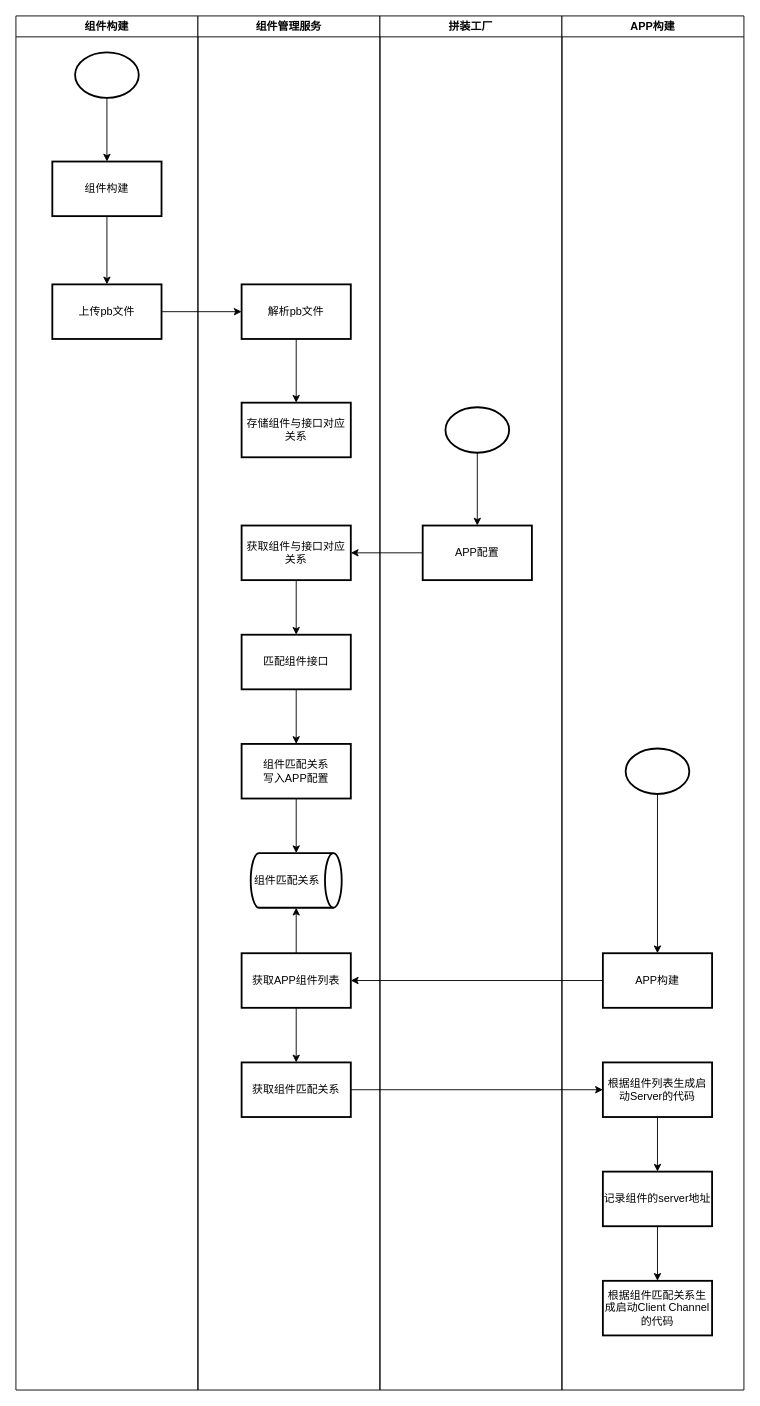
kwhitestone/drawio keeps this draw.io diagram as page "grpc接口治理" (22 of 22) of nd-apf.drawio. Above is the earlier version. Source tidied: cells renumbered, new cells numbered last; positions are measured from the earlier drawing's top-left corner, leaving out a move shared by most shapes. Both pictures are drawn from the tidied source at 91%, with x=0, y=0 at pixel (15, 15).
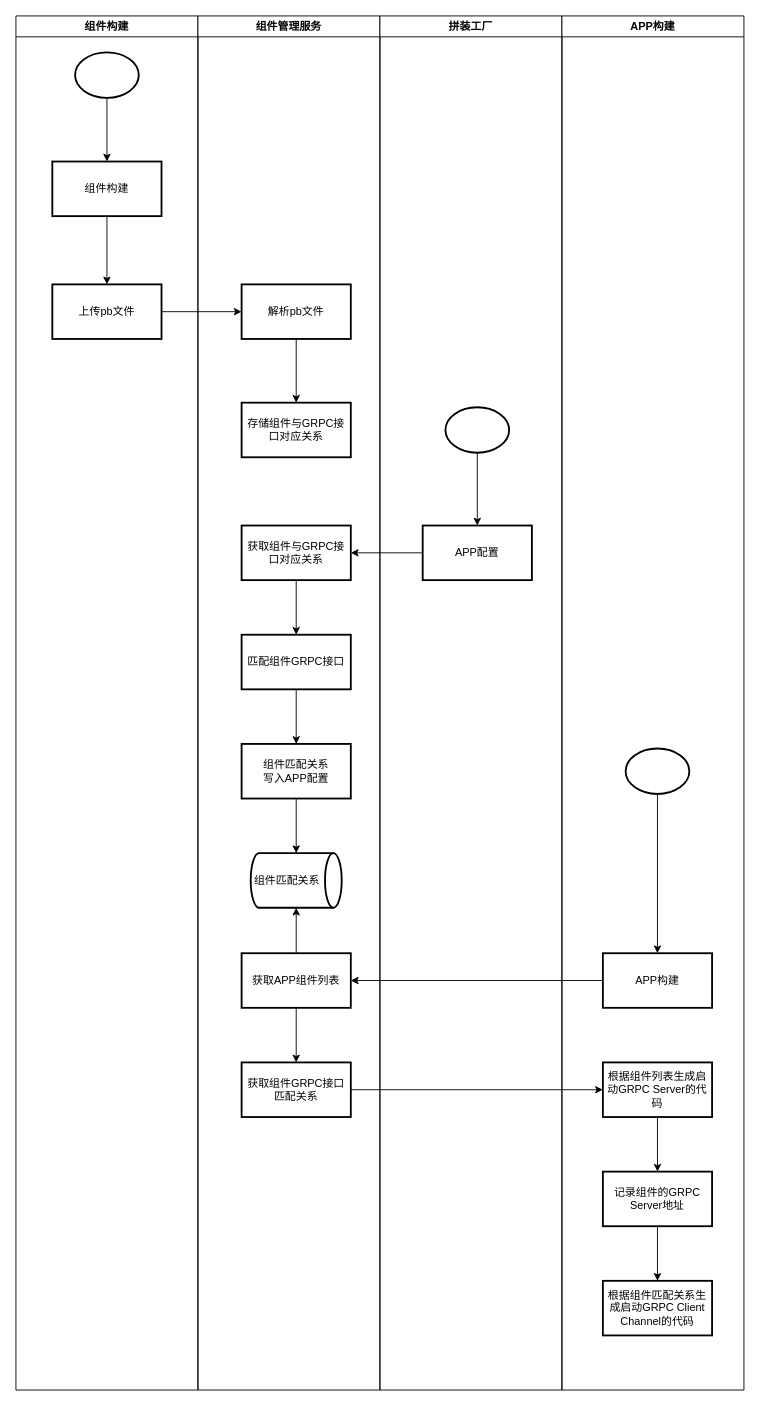
Above is the later version.

The edit, as a diff of the source:
```diff
@@
-    <mxCell id="10" value="存储组件与接口对应关系" style="whiteSpace=wrap;html=1;strokeWidth=2;" parent="1" vertex="1">
+    <mxCell id="10" value="存储组件与GRPC接口对应关系" style="whiteSpace=wrap;html=1;strokeWidth=2;" parent="1" vertex="1">
       <mxGeometry x="248" y="425" width="120" height="60" as="geometry" />
     </mxCell>
@@
-    <mxCell id="16" value="获取组件与接口对应关系" style="whiteSpace=wrap;html=1;strokeWidth=2;" parent="1" vertex="1">
+    <mxCell id="16" value="获取组件与GRPC接口对应关系" style="whiteSpace=wrap;html=1;strokeWidth=2;" parent="1" vertex="1">
       <mxGeometry x="248" y="560" width="120" height="60" as="geometry" />
     </mxCell>
@@
-    <mxCell id="18" value="匹配组件接口" style="whiteSpace=wrap;html=1;strokeWidth=2;" parent="1" vertex="1">
+    <mxCell id="18" value="匹配组件GRPC接口" style="whiteSpace=wrap;html=1;strokeWidth=2;" parent="1" vertex="1">
       <mxGeometry x="248" y="680" width="120" height="60" as="geometry" />
     </mxCell>
@@
-    <mxCell id="27" value="获取组件匹配关系" style="whiteSpace=wrap;html=1;strokeWidth=2;" parent="1" vertex="1">
+    <mxCell id="27" value="获取组件GRPC接口匹配关系" style="whiteSpace=wrap;html=1;strokeWidth=2;" parent="1" vertex="1">
       <mxGeometry x="248" y="1150" width="120" height="60" as="geometry" />
     </mxCell>
@@
-    <mxCell id="29" value="根据组件列表生成启动Server的代码" style="whiteSpace=wrap;html=1;strokeWidth=2;" parent="1" vertex="1">
+    <mxCell id="29" value="根据组件列表生成启动GRPC Server的代码" style="whiteSpace=wrap;html=1;strokeWidth=2;" parent="1" vertex="1">
       <mxGeometry x="645" y="1150" width="120" height="60" as="geometry" />
     </mxCell>
@@
-    <mxCell id="31" value="记录组件的server地址" style="whiteSpace=wrap;html=1;strokeWidth=2;" parent="1" vertex="1">
+    <mxCell id="31" value="记录组件的GRPC Server地址" style="whiteSpace=wrap;html=1;strokeWidth=2;" parent="1" vertex="1">
       <mxGeometry x="645" y="1270" width="120" height="60" as="geometry" />
     </mxCell>
-    <mxCell id="32" value="根据组件匹配关系生成启动Client Channel的代码" style="whiteSpace=wrap;html=1;strokeWidth=2;" parent="1" vertex="1">
+    <mxCell id="32" value="根据组件匹配关系生成启动GRPC Client Channel的代码" style="whiteSpace=wrap;html=1;strokeWidth=2;" parent="1" vertex="1">
       <mxGeometry x="645" y="1390" width="120" height="60" as="geometry" />
     </mxCell>
```
